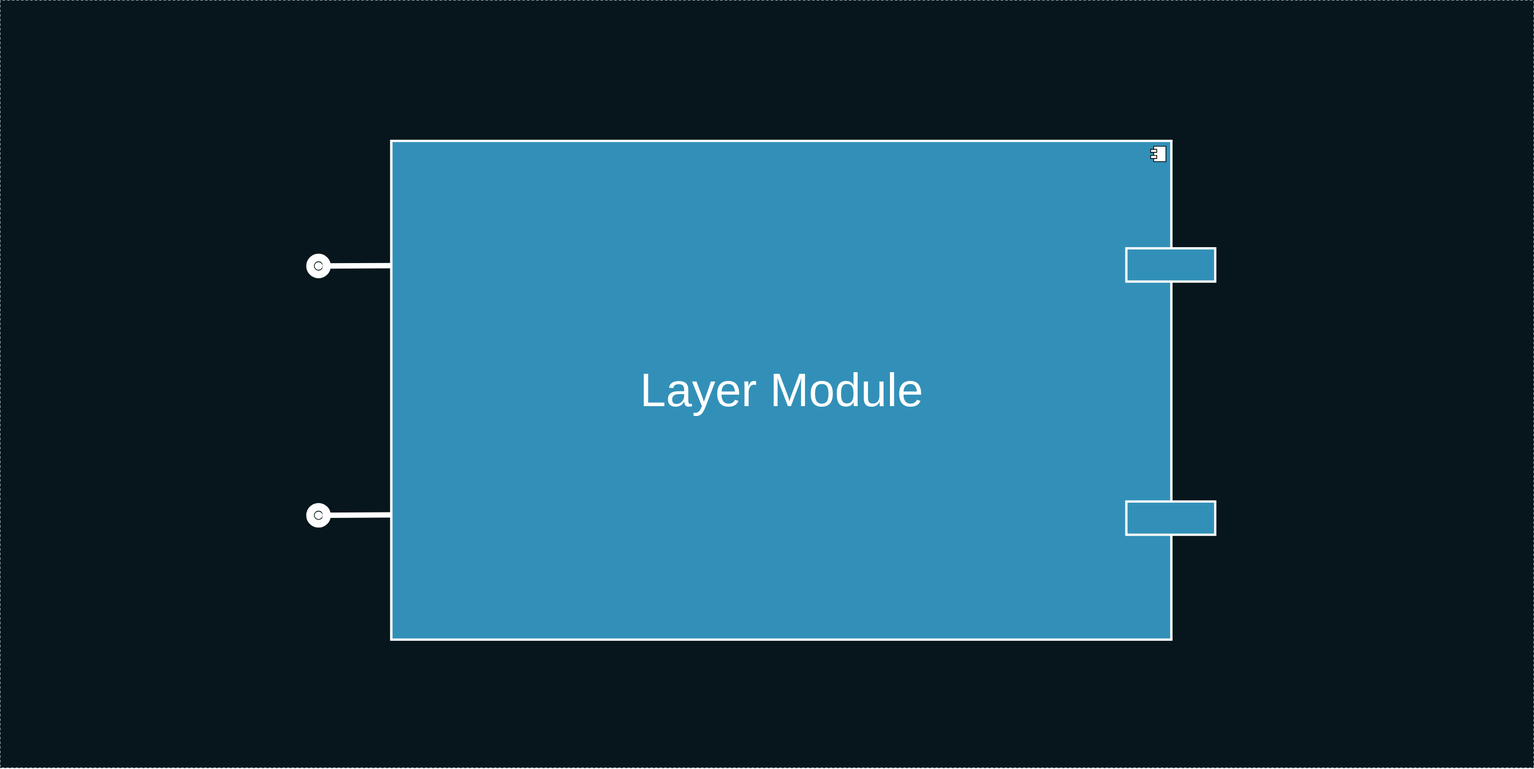
Earlier version of the draw.io export deck/ru/diagrams/layerModule.svg (AlexanderLapygin/ca-react-rest-api-starter). Source tidied: cells renumbered, new cells last; positions are measured from the earlier drawing's top-left corner, leaving out a move shared by most shapes.
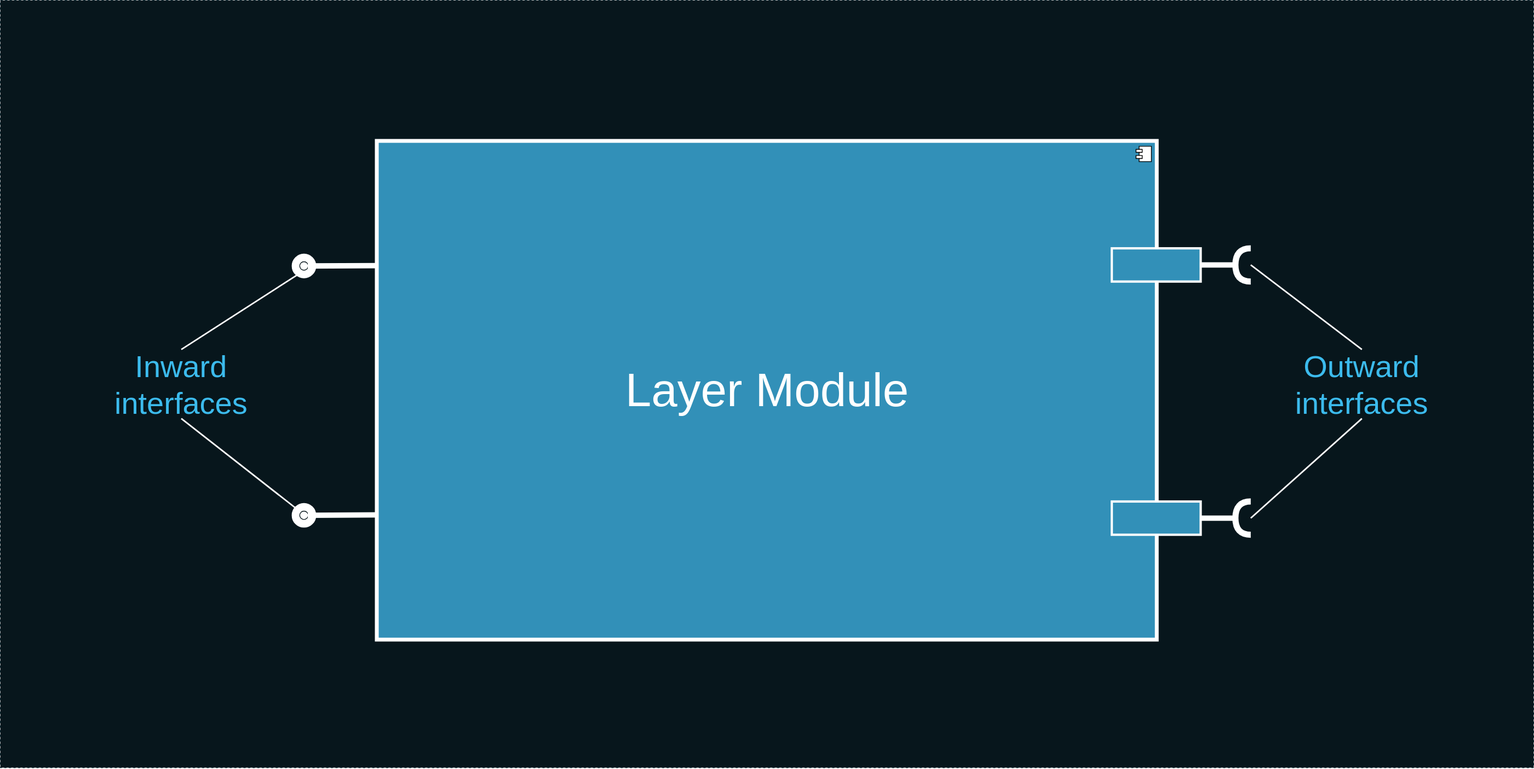
Later version of the same file.

The edit, as a diff of the source:
```diff
@@ -3,9 +3,9 @@
     <mxCell id="0" />
     <mxCell id="1" parent="0" />
     <mxCell id="2" value="rusfinancebank.ru" style="rounded=0;whiteSpace=wrap;html=1;fillColor=#07161C;fontSize=30;fontColor=#FFFFFF;strokeColor=#0C242E;dashed=1;" parent="1" vertex="1">
-      <mxGeometry y="-0.1" width="2000" height="1000" as="geometry" />
+      <mxGeometry x="19" y="-0.1" width="2000" height="1000" as="geometry" />
     </mxCell>
-    <mxCell id="3" style="group;labelPosition=center;verticalLabelPosition=top;align=center;verticalAlign=bottom;" parent="1" vertex="1">
+    <mxCell id="3" style="group;labelPosition=center;verticalLabelPosition=middle;align=center;verticalAlign=middle;strokeWidth=4;strokeColor=none;" parent="1" vertex="1">
       <mxGeometry x="510" y="183" width="1074.7" height="650" as="geometry" />
     </mxCell>
     <mxCell id="4" style="html=1;strokeColor=#FFFFFF;strokeWidth=3;fillColor=#3290B8;fontSize=23;fontColor=#FFFFFF;labelPosition=center;verticalLabelPosition=top;align=center;verticalAlign=bottom;" parent="3" vertex="1">
@@ -16,10 +16,10 @@
         <mxPoint x="-27" y="7" as="offset" />
       </mxGeometry>
     </mxCell>
-    <mxCell id="6" style="group;labelPosition=center;verticalLabelPosition=top;align=center;verticalAlign=bottom;" parent="3" vertex="1">
+    <mxCell id="6" style="group;labelPosition=center;verticalLabelPosition=middle;align=center;verticalAlign=middle;strokeWidth=7;" parent="3" vertex="1">
       <mxGeometry width="1074.7" height="650" as="geometry" />
     </mxCell>
-    <mxCell id="7" value="&lt;font style=&quot;font-size: 61px&quot;&gt;Layer Module&lt;/font&gt;" style="html=1;strokeColor=#FFFFFF;strokeWidth=3;fillColor=#3290B8;fontSize=61;fontColor=#FFFFFF;labelPosition=center;verticalLabelPosition=middle;align=center;verticalAlign=middle;" parent="6" vertex="1">
+    <mxCell id="7" value="&lt;font style=&quot;font-size: 61px&quot;&gt;Layer Module&lt;/font&gt;" style="html=1;strokeColor=#FFFFFF;strokeWidth=5;fillColor=#3290B8;fontSize=61;fontColor=#FFFFFF;labelPosition=center;verticalLabelPosition=middle;align=center;verticalAlign=middle;" parent="6" vertex="1">
       <mxGeometry width="1017.4" height="650" as="geometry" />
     </mxCell>
     <mxCell id="8" style="shape=component;jettyWidth=8;jettyHeight=4;" parent="7" vertex="1">
@@ -45,5 +45,41 @@
     <mxCell id="14" style="ellipse;whiteSpace=wrap;html=1;fontFamily=Helvetica;fontSize=12;fontColor=#FFFFFF;align=center;strokeColor=#FFFFFF;fillColor=#ffffff;points=[];strokeWidth=22;" parent="1" vertex="1">
       <mxGeometry x="410" y="666" width="10" height="10" as="geometry" />
     </mxCell>
+    <mxCell id="15" value="Inward&lt;br&gt;interfaces" style="text;html=1;strokeColor=none;fillColor=none;align=center;verticalAlign=middle;whiteSpace=wrap;rounded=0;fontSize=40;fontColor=#3CBBED;" parent="1" vertex="1">
+      <mxGeometry x="190" y="454.9" width="130" height="90" as="geometry" />
+    </mxCell>
+    <mxCell id="16" style="endArrow=none;html=1;strokeColor=#FFFFFF;strokeWidth=2;fontSize=33;fontColor=#3CBBED;entryX=0.371;entryY=1.186;entryDx=0;entryDy=0;entryPerimeter=0;exitX=0.5;exitY=0;exitDx=0;exitDy=0;" parent="1" edge="1" source="15" target="12">
+      <mxGeometry relative="1" as="geometry" />
+    </mxCell>
+    <mxCell id="17" style="endArrow=none;html=1;strokeColor=#FFFFFF;strokeWidth=2;fontSize=33;fontColor=#3CBBED;entryX=-0.057;entryY=-0.029;entryDx=0;entryDy=0;entryPerimeter=0;exitX=0.5;exitY=1;exitDx=0;exitDy=0;" parent="1" edge="1" source="15" target="14">
+      <mxGeometry relative="1" as="geometry" />
+    </mxCell>
+    <mxCell id="18" value="Outward&lt;br&gt;interfaces" style="text;html=1;strokeColor=none;fillColor=none;align=center;verticalAlign=middle;whiteSpace=wrap;rounded=0;fontSize=40;fontColor=#3CBBED;" parent="1" vertex="1">
+      <mxGeometry x="1730" y="454.9" width="130" height="90" as="geometry" />
+    </mxCell>
+    <mxCell id="19" style="endArrow=none;html=1;strokeColor=#FFFFFF;strokeWidth=2;fontSize=33;fontColor=#3CBBED;entryX=0;entryY=0.5;entryDx=0;entryDy=0;exitX=0.5;exitY=1;exitDx=0;exitDy=0;entryPerimeter=0;" parent="1" edge="1" source="18" target="25">
+      <mxGeometry relative="1" as="geometry" />
+    </mxCell>
+    <mxCell id="20" style="endArrow=none;html=1;strokeColor=#FFFFFF;strokeWidth=2;fontSize=33;fontColor=#3CBBED;entryX=0;entryY=0.5;entryDx=0;entryDy=0;exitX=0.5;exitY=0;exitDx=0;exitDy=0;entryPerimeter=0;" parent="1" edge="1" source="18" target="22">
+      <mxGeometry relative="1" as="geometry" />
+    </mxCell>
+    <mxCell id="21" style="group;" parent="1" vertex="1">
+      <mxGeometry x="1630" y="323" width="20" height="43.3" as="geometry" />
+    </mxCell>
+    <mxCell id="22" style="shape=requiredInterface;html=1;verticalLabelPosition=bottom;strokeColor=#FFFFFF;strokeWidth=8;fontSize=33;fontColor=#3CBBED;rotation=-180;" parent="21" vertex="1">
+      <mxGeometry width="20" height="43.3" as="geometry" />
+    </mxCell>
+    <mxCell id="23" style="rounded=0;jettySize=auto;html=1;endArrow=none;endFill=0;fontSize=40;fontColor=#FFFFFF;strokeColor=#FFFFFF;strokeWidth=7;exitX=1;exitY=0.5;exitDx=0;exitDy=0;exitPerimeter=0;entryX=1;entryY=0.5;entryDx=0;entryDy=0;" parent="21" edge="1" source="22" target="10">
+      <mxGeometry relative="1" as="geometry" />
+    </mxCell>
+    <mxCell id="24" style="group;" parent="1" vertex="1">
+      <mxGeometry x="1630" y="653" width="20" height="43.3" as="geometry" />
+    </mxCell>
+    <mxCell id="25" style="shape=requiredInterface;html=1;verticalLabelPosition=bottom;strokeColor=#FFFFFF;strokeWidth=8;fontSize=33;fontColor=#3CBBED;rotation=-180;" parent="24" vertex="1">
+      <mxGeometry width="20" height="43.3" as="geometry" />
+    </mxCell>
+    <mxCell id="26" style="rounded=0;jettySize=auto;html=1;endArrow=none;endFill=0;fontSize=40;fontColor=#FFFFFF;strokeColor=#FFFFFF;strokeWidth=7;exitX=1;exitY=0.5;exitDx=0;exitDy=0;exitPerimeter=0;entryX=1;entryY=0.5;entryDx=0;entryDy=0;" parent="1" edge="1" source="25" target="9">
+      <mxGeometry relative="1" as="geometry" />
+    </mxCell>
   </root>
 </mxGraphModel>
```
